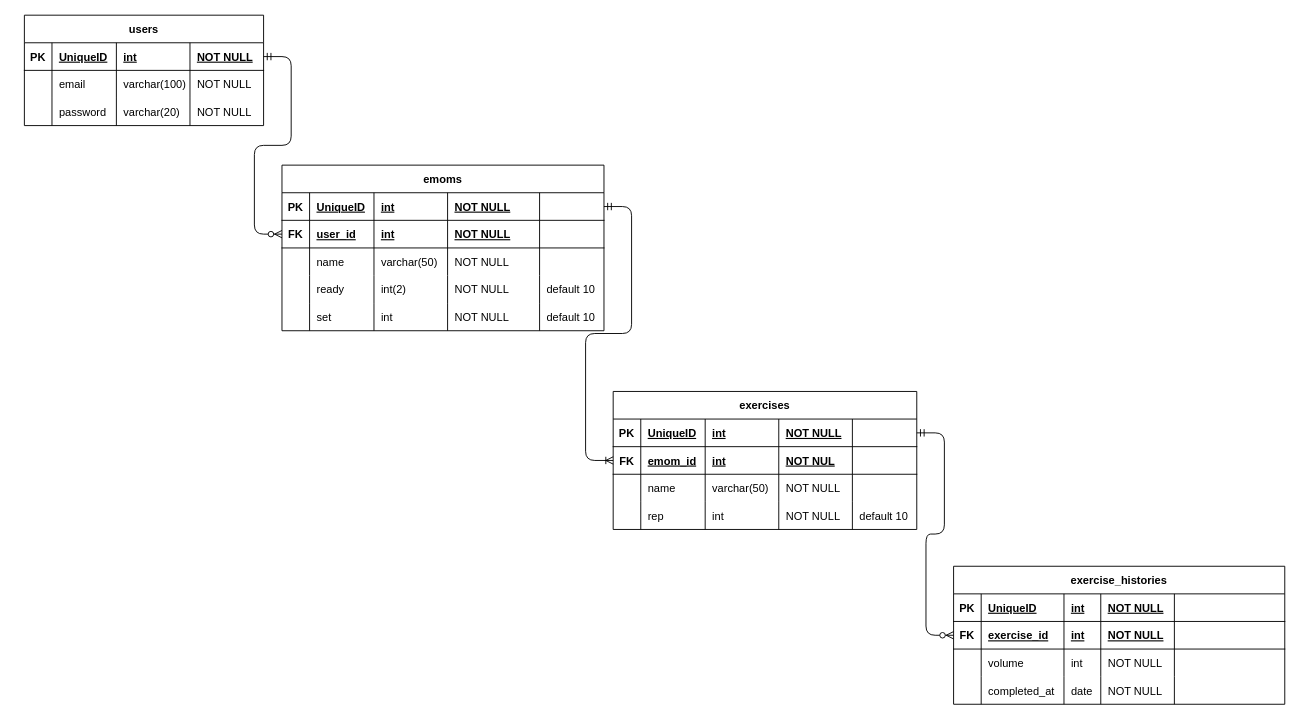
Shuheitkhs/emompath keeps this draw.io diagram as blueprints/emompath_ER.dio. Above is the earlier version. Source tidied: cells renumbered, new cells numbered last; positions are measured from the earlier drawing's top-left corner, leaving out a move shared by most shapes. Both pictures are drawn from the tidied source at 92%, with x=0, y=0 at pixel (24, 15).
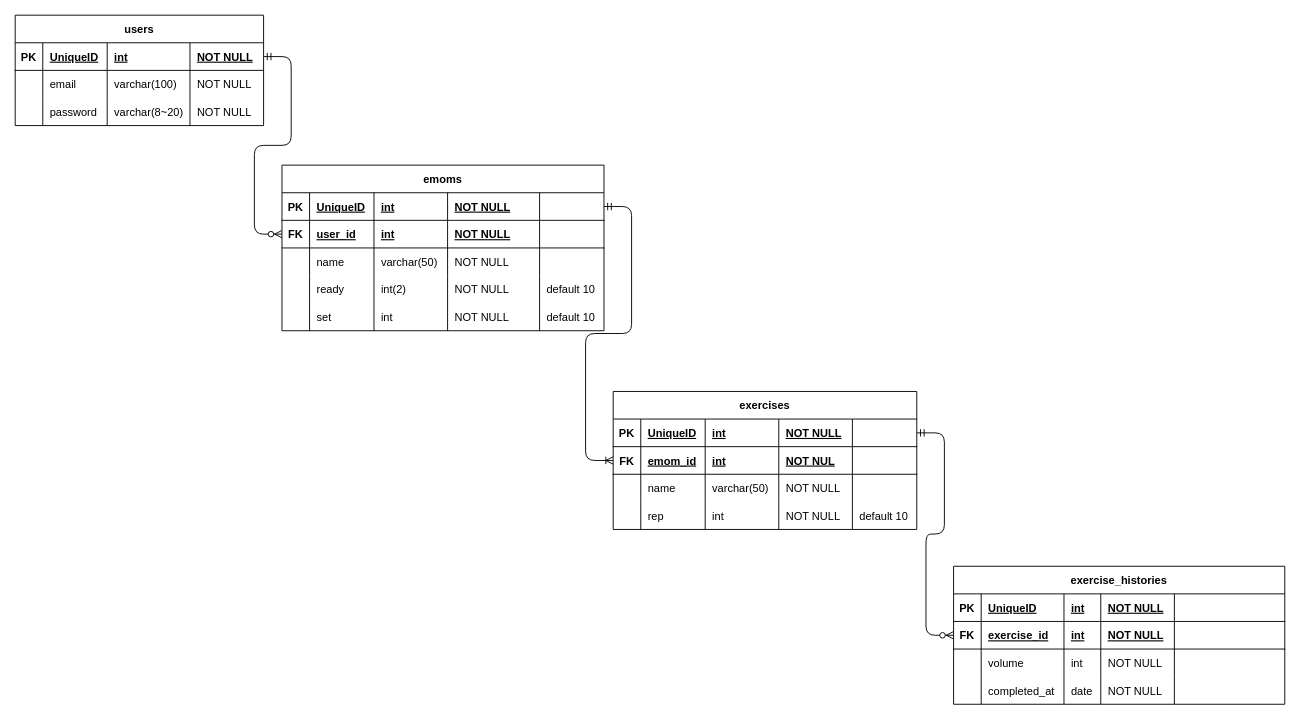
After the change.

Change to the diagram source:
```diff
@@
     <mxCell id="2" value="users" style="shape=table;startSize=30;childLayout=tableLayout;rowLines=0;fontStyle=1;align=center;" parent="1" vertex="1">
-      <mxGeometry width="260" height="120" as="geometry" />
+      <mxGeometry x="-10" width="270" height="120" as="geometry" />
     </mxCell>
     <mxCell id="3" style="shape=tableRow;horizontal=0;startSize=0;swimlaneHead=0;swimlaneBody=0;fillColor=none;points=[[0,0.5],[1,0.5]];portConstraint=eastwest;top=0;left=0;right=0;bottom=1;" parent="2" vertex="1">
-      <mxGeometry y="30" width="260" height="30" as="geometry" />
+      <mxGeometry y="30" width="270" height="30" as="geometry" />
     </mxCell>
@@
     <mxCell id="6" value="int" style="shape=partialRectangle;fillColor=none;top=0;left=0;bottom=0;right=0;align=left;spacingLeft=6;fontStyle=5;overflow=hidden;" parent="3" vertex="1">
-      <mxGeometry x="100" width="80" height="30" as="geometry" />
+      <mxGeometry x="100" width="90" height="30" as="geometry" />
     </mxCell>
     <mxCell id="7" value="NOT NULL" style="shape=partialRectangle;fillColor=none;top=0;left=0;bottom=0;right=0;align=left;spacingLeft=6;fontStyle=5;overflow=hidden;" parent="3" vertex="1">
-      <mxGeometry x="180" width="80" height="30" as="geometry" />
+      <mxGeometry x="190" width="80" height="30" as="geometry" />
     </mxCell>
     <mxCell id="8" style="shape=tableRow;horizontal=0;startSize=0;swimlaneHead=0;swimlaneBody=0;fillColor=none;top=0;left=0;right=0;bottom=0;" parent="2" vertex="1">
-      <mxGeometry y="60" width="260" height="30" as="geometry" />
+      <mxGeometry y="60" width="270" height="30" as="geometry" />
     </mxCell>
@@
     <mxCell id="11" value="varchar(100)" style="shape=partialRectangle;fillColor=none;top=0;left=0;bottom=0;right=0;align=left;spacingLeft=6;overflow=hidden;" parent="8" vertex="1">
-      <mxGeometry x="100" width="80" height="30" as="geometry" />
+      <mxGeometry x="100" width="90" height="30" as="geometry" />
     </mxCell>
     <mxCell id="12" value="NOT NULL" style="shape=partialRectangle;fillColor=none;top=0;left=0;bottom=0;right=0;align=left;spacingLeft=6;overflow=hidden;" parent="8" vertex="1">
-      <mxGeometry x="180" width="80" height="30" as="geometry" />
+      <mxGeometry x="190" width="80" height="30" as="geometry" />
     </mxCell>
     <mxCell id="13" style="shape=tableRow;horizontal=0;startSize=0;swimlaneHead=0;swimlaneBody=0;fillColor=none;top=0;left=0;right=0;bottom=0;" parent="2" vertex="1">
-      <mxGeometry y="90" width="260" height="30" as="geometry" />
+      <mxGeometry y="90" width="270" height="30" as="geometry" />
     </mxCell>
@@
-    <mxCell id="16" value="varchar(20)" style="shape=partialRectangle;fillColor=none;top=0;left=0;bottom=0;right=0;align=left;spacingLeft=6;overflow=hidden;" parent="13" vertex="1">
-      <mxGeometry x="100" width="80" height="30" as="geometry" />
+    <mxCell id="16" value="varchar(8~20)" style="shape=partialRectangle;fillColor=none;top=0;left=0;bottom=0;right=0;align=left;spacingLeft=6;overflow=hidden;" parent="13" vertex="1">
+      <mxGeometry x="100" width="90" height="30" as="geometry" />
     </mxCell>
     <mxCell id="17" value="NOT NULL" style="shape=partialRectangle;fillColor=none;top=0;left=0;bottom=0;right=0;align=left;spacingLeft=6;overflow=hidden;" parent="13" vertex="1">
-      <mxGeometry x="180" width="80" height="30" as="geometry" />
+      <mxGeometry x="190" width="80" height="30" as="geometry" />
     </mxCell>
```
